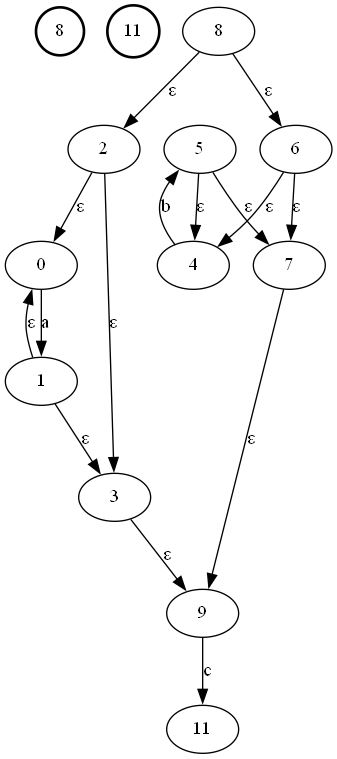
Before: Source.gv.png, a diagram exported from Graphviz (arr19422/Lab-A-Compiladores). Its source is kept beside it as Source.gv. Source of this version:
```dot
digraph {
	1664781781808 [label=8 shape=circle style=bold]
	1664781782832 [label=11 shape=circle style=bold]
	0 -> 1 [label=a]
	2 -> 0 [label="ε"]
	1 -> 3 [label="ε"]
	2 -> 3 [label="ε"]
	1 -> 0 [label="ε"]
	4 -> 5 [label=b]
	6 -> 4 [label="ε"]
	5 -> 7 [label="ε"]
	6 -> 7 [label="ε"]
	5 -> 4 [label="ε"]
	8 -> 2 [label="ε"]
	8 -> 6 [label="ε"]
	3 -> 9 [label="ε"]
	7 -> 9 [label="ε"]
	9 -> 11 [label=c]
}
```
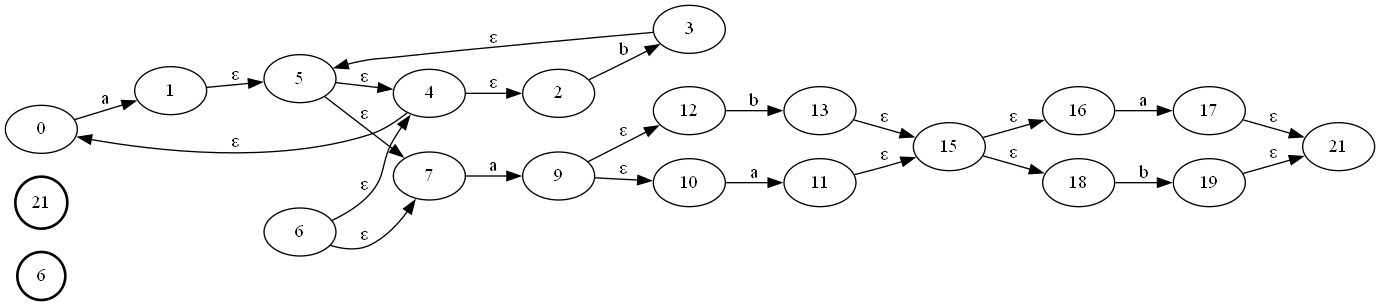
The same file after the commit.

Change to the diagram source:
```diff
@@ -1,19 +1,28 @@
 digraph {
-	1664781781808 [label=8 shape=circle style=bold]
-	1664781782832 [label=11 shape=circle style=bold]
+	rankdir=LR
+	2379459165424 [label=6 shape=circle style=bold]
+	2379459175664 [label=21 shape=circle style=bold]
 	0 -> 1 [label=a]
-	2 -> 0 [label="ε"]
-	1 -> 3 [label="ε"]
-	2 -> 3 [label="ε"]
-	1 -> 0 [label="ε"]
-	4 -> 5 [label=b]
+	2 -> 3 [label=b]
+	4 -> 0 [label="ε"]
+	4 -> 2 [label="ε"]
+	1 -> 5 [label="ε"]
+	3 -> 5 [label="ε"]
 	6 -> 4 [label="ε"]
 	5 -> 7 [label="ε"]
 	6 -> 7 [label="ε"]
 	5 -> 4 [label="ε"]
-	8 -> 2 [label="ε"]
-	8 -> 6 [label="ε"]
-	3 -> 9 [label="ε"]
-	7 -> 9 [label="ε"]
-	9 -> 11 [label=c]
+	7 -> 9 [label=a]
+	10 -> 11 [label=a]
+	12 -> 13 [label=b]
+	11 -> 15 [label="ε"]
+	13 -> 15 [label="ε"]
+	9 -> 10 [label="ε"]
+	9 -> 12 [label="ε"]
+	16 -> 17 [label=a]
+	18 -> 19 [label=b]
+	17 -> 21 [label="ε"]
+	19 -> 21 [label="ε"]
+	15 -> 16 [label="ε"]
+	15 -> 18 [label="ε"]
 }
```
